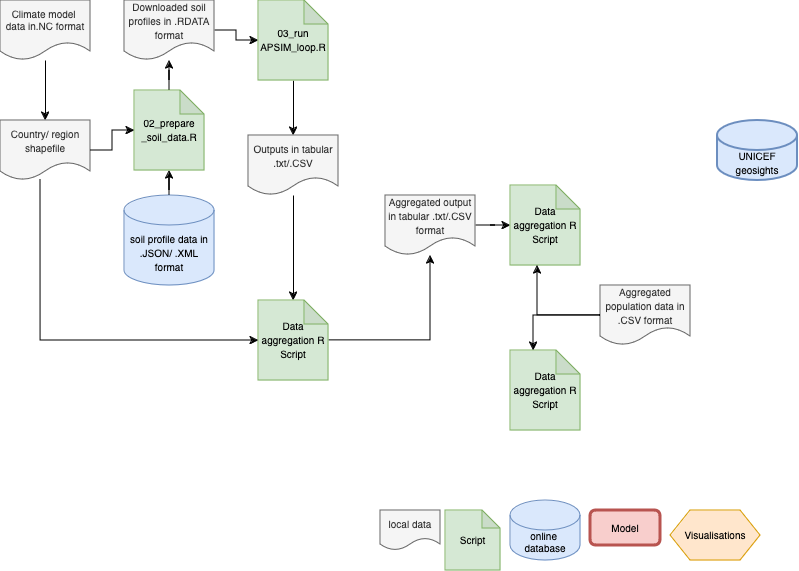
This is Data_plan_CCAI24.drawio.png from Thalheimerl/WT_Climate_mentalhealth, a draw.io export, as it was before one commit. Source tidied: cells renumbered, new cells last; positions are measured from the earlier drawing's top-left corner, leaving out a move shared by most shapes.
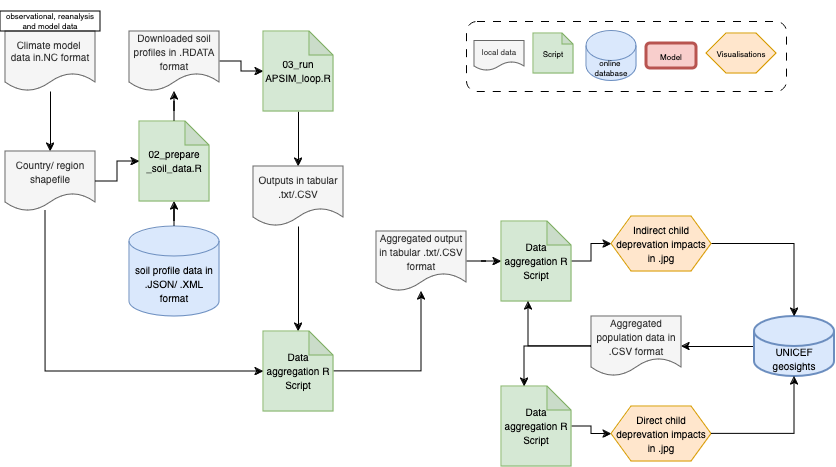
After the change.

Change to the diagram source:
```diff
@@ -6,67 +6,70 @@
       <mxGeometry relative="1" as="geometry" />
     </mxCell>
     <mxCell id="3" value="&lt;div style=&quot;font-size: 10px;&quot;&gt;&lt;font style=&quot;font-size: 10px;&quot;&gt;Climate model&amp;nbsp;&lt;/font&gt;&lt;/div&gt;&lt;div style=&quot;font-size: 10px;&quot;&gt;&lt;font style=&quot;font-size: 10px;&quot;&gt;&lt;font style=&quot;font-size: 10px;&quot;&gt;data in.NC format&lt;/font&gt;&lt;font style=&quot;font-size: 10px;&quot;&gt;&lt;br&gt;&lt;/font&gt;&lt;/font&gt;&lt;/div&gt;" style="shape=document;whiteSpace=wrap;html=1;boundedLbl=1;fillColor=#f5f5f5;fontColor=#333333;strokeColor=#666666;" parent="1" vertex="1">
-      <mxGeometry width="90" height="60" as="geometry" />
+      <mxGeometry x="-29" width="90" height="60" as="geometry" />
     </mxCell>
-    <mxCell id="4" value="&lt;div style=&quot;font-size: 10px;&quot;&gt;&lt;font style=&quot;font-size: 10px;&quot;&gt;online&amp;nbsp;&lt;/font&gt;&lt;/div&gt;&lt;div style=&quot;font-size: 10px;&quot;&gt;&lt;font style=&quot;font-size: 10px;&quot;&gt;database&lt;/font&gt;&lt;/div&gt;" style="shape=cylinder3;whiteSpace=wrap;html=1;boundedLbl=1;backgroundOutline=1;size=15;fillColor=#dae8fc;strokeColor=#6c8ebf;" parent="1" vertex="1">
-      <mxGeometry x="510" y="500" width="70" height="60" as="geometry" />
+    <mxCell id="4" value="&lt;div style=&quot;font-size: 8px;&quot;&gt;&lt;font style=&quot;font-size: 8px;&quot;&gt;online&amp;nbsp;&lt;/font&gt;&lt;/div&gt;&lt;div style=&quot;font-size: 8px;&quot;&gt;&lt;font style=&quot;font-size: 8px;&quot;&gt;database&lt;/font&gt;&lt;/div&gt;" style="shape=cylinder3;whiteSpace=wrap;html=1;boundedLbl=1;backgroundOutline=1;size=15;fillColor=#dae8fc;strokeColor=#6c8ebf;" parent="1" vertex="1">
+      <mxGeometry x="552" y="-0.5" width="50" height="50" as="geometry" />
     </mxCell>
-    <mxCell id="5" value="&lt;font style=&quot;font-size: 10px;&quot;&gt;Visualisations&lt;/font&gt;" style="shape=hexagon;perimeter=hexagonPerimeter2;whiteSpace=wrap;html=1;fixedSize=1;fillColor=#ffe6cc;strokeColor=#d79b00;" parent="1" vertex="1">
-      <mxGeometry x="670" y="510" width="90" height="50" as="geometry" />
+    <mxCell id="5" value="&lt;font style=&quot;font-size: 8px;&quot;&gt;Visualisations&lt;/font&gt;" style="shape=hexagon;perimeter=hexagonPerimeter2;whiteSpace=wrap;html=1;fixedSize=1;fillColor=#ffe6cc;strokeColor=#d79b00;" parent="1" vertex="1">
+      <mxGeometry x="672" y="2" width="70" height="40" as="geometry" />
     </mxCell>
-    <mxCell id="6" value="&lt;font style=&quot;font-size: 10px;&quot;&gt;local data&lt;/font&gt;" style="shape=document;whiteSpace=wrap;html=1;boundedLbl=1;fillColor=#f5f5f5;fontColor=#333333;strokeColor=#666666;" parent="1" vertex="1">
-      <mxGeometry x="380" y="510" width="60" height="40" as="geometry" />
+    <mxCell id="6" value="&lt;font style=&quot;font-size: 8px;&quot;&gt;local data&lt;/font&gt;" style="shape=document;whiteSpace=wrap;html=1;boundedLbl=1;fillColor=#f5f5f5;fontColor=#333333;strokeColor=#666666;" parent="1" vertex="1">
+      <mxGeometry x="440" y="9.5" width="50" height="30" as="geometry" />
     </mxCell>
-    <mxCell id="7" value="&lt;font style=&quot;font-size: 10px;&quot;&gt;Script&lt;/font&gt;" style="shape=note;whiteSpace=wrap;html=1;backgroundOutline=1;darkOpacity=0.05;size=18;fillColor=#d5e8d4;strokeColor=#82b366;" parent="1" vertex="1">
-      <mxGeometry x="445" y="510" width="55" height="60" as="geometry" />
+    <mxCell id="7" value="&lt;font style=&quot;font-size: 8px;&quot;&gt;Script&lt;/font&gt;" style="shape=note;whiteSpace=wrap;html=1;backgroundOutline=1;darkOpacity=0.05;size=11;fillColor=#d5e8d4;strokeColor=#82b366;" parent="1" vertex="1">
+      <mxGeometry x="499" y="2" width="40" height="40" as="geometry" />
     </mxCell>
     <mxCell id="8" value="&lt;font style=&quot;font-size: 10px;&quot;&gt;Country/ region shapefile&lt;/font&gt;" style="shape=document;whiteSpace=wrap;html=1;boundedLbl=1;fillColor=#f5f5f5;fontColor=#333333;strokeColor=#666666;" parent="1" vertex="1">
-      <mxGeometry y="120" width="90" height="60" as="geometry" />
+      <mxGeometry x="-29" y="120" width="90" height="60" as="geometry" />
     </mxCell>
     <mxCell id="9" style="edgeStyle=orthogonalEdgeStyle;rounded=0;jettySize=auto;html=1;" parent="1" edge="1" source="10" target="16">
       <mxGeometry relative="1" as="geometry" />
     </mxCell>
     <mxCell id="10" value="&lt;font style=&quot;font-size: 10px;&quot;&gt;Downloaded soil profiles in .RDATA format&lt;/font&gt;" style="shape=document;whiteSpace=wrap;html=1;boundedLbl=1;fillColor=#f5f5f5;fontColor=#333333;strokeColor=#666666;" parent="1" vertex="1">
-      <mxGeometry x="124" width="90" height="60" as="geometry" />
+      <mxGeometry x="95" width="90" height="60" as="geometry" />
     </mxCell>
     <mxCell id="11" style="edgeStyle=orthogonalEdgeStyle;rounded=0;jettySize=auto;html=1;" parent="1" edge="1" source="12" target="14">
       <mxGeometry relative="1" as="geometry" />
     </mxCell>
     <mxCell id="12" value="&lt;font style=&quot;font-size: 10px;&quot;&gt;soil profile data in .JSON/ .XML format&lt;/font&gt;" style="shape=cylinder3;whiteSpace=wrap;html=1;boundedLbl=1;backgroundOutline=1;size=15;fillColor=#dae8fc;strokeColor=#6c8ebf;" parent="1" vertex="1">
-      <mxGeometry x="124" y="195" width="90" height="90" as="geometry" />
+      <mxGeometry x="95" y="195" width="90" height="90" as="geometry" />
     </mxCell>
     <mxCell id="13" style="edgeStyle=orthogonalEdgeStyle;rounded=0;jettySize=auto;html=1;" parent="1" edge="1" source="14" target="10">
       <mxGeometry relative="1" as="geometry" />
     </mxCell>
     <mxCell id="14" value="&lt;font style=&quot;font-size: 10px;&quot;&gt;02_&lt;/font&gt;&lt;font style=&quot;font-size: 10px;&quot;&gt;prepare _soil_data.R&lt;br&gt;&lt;/font&gt;" style="shape=note;whiteSpace=wrap;html=1;backgroundOutline=1;darkOpacity=0.05;size=24;fillColor=#d5e8d4;strokeColor=#82b366;" parent="1" vertex="1">
-      <mxGeometry x="134" y="90" width="70" height="80" as="geometry" />
+      <mxGeometry x="105" y="90" width="70" height="80" as="geometry" />
     </mxCell>
     <mxCell id="15" style="edgeStyle=orthogonalEdgeStyle;rounded=0;jettySize=auto;html=1;" parent="1" edge="1" source="16" target="20">
       <mxGeometry relative="1" as="geometry" />
     </mxCell>
     <mxCell id="16" value="&lt;font style=&quot;font-size: 10px;&quot;&gt;03_&lt;/font&gt;&lt;font style=&quot;font-size: 10px;&quot;&gt;run APSIM_loop.R&lt;br&gt;&lt;/font&gt;" style="shape=note;whiteSpace=wrap;html=1;backgroundOutline=1;darkOpacity=0.05;size=24;fillColor=#d5e8d4;strokeColor=#82b366;" parent="1" vertex="1">
-      <mxGeometry x="258" width="70" height="80" as="geometry" />
+      <mxGeometry x="229" width="70" height="80" as="geometry" />
     </mxCell>
     <mxCell id="17" style="edgeStyle=orthogonalEdgeStyle;rounded=0;jettySize=auto;html=1;entryX=0;entryY=0.5;entryDx=0;entryDy=0;entryPerimeter=0;" parent="1" edge="1" source="8" target="14">
       <mxGeometry relative="1" as="geometry" />
     </mxCell>
-    <mxCell id="18" value="&lt;font style=&quot;font-size: 10px;&quot;&gt;Model&lt;/font&gt;" style="rounded=1;whiteSpace=wrap;html=1;fillColor=#f8cecc;strokeColor=#b85450;strokeWidth=3;" parent="1" vertex="1">
-      <mxGeometry x="590" y="510" width="70" height="35" as="geometry" />
+    <mxCell id="18" value="&lt;font style=&quot;font-size: 8px;&quot;&gt;Model&lt;/font&gt;" style="rounded=1;whiteSpace=wrap;html=1;fillColor=#f8cecc;strokeColor=#b85450;strokeWidth=3;" parent="1" vertex="1">
+      <mxGeometry x="612" y="12" width="50" height="25" as="geometry" />
     </mxCell>
     <mxCell id="19" style="edgeStyle=orthogonalEdgeStyle;rounded=0;jettySize=auto;html=1;" parent="1" edge="1" source="20" target="22">
       <mxGeometry relative="1" as="geometry" />
     </mxCell>
     <mxCell id="20" value="&lt;font style=&quot;font-size: 10px;&quot;&gt;Outputs in tabular .txt/.CSV&lt;br&gt;&lt;/font&gt;" style="shape=document;whiteSpace=wrap;html=1;boundedLbl=1;fillColor=#f5f5f5;fontColor=#333333;strokeColor=#666666;" parent="1" vertex="1">
-      <mxGeometry x="248" y="135" width="90" height="60" as="geometry" />
+      <mxGeometry x="219" y="135" width="90" height="60" as="geometry" />
     </mxCell>
     <mxCell id="21" style="edgeStyle=orthogonalEdgeStyle;rounded=0;jettySize=auto;html=1;" parent="1" edge="1" source="22" target="26">
       <mxGeometry relative="1" as="geometry" />
     </mxCell>
     <mxCell id="22" value="&lt;font style=&quot;font-size: 10px;&quot;&gt;Data aggregation R Script&lt;/font&gt;&lt;font style=&quot;font-size: 10px;&quot;&gt;&lt;br&gt;&lt;/font&gt;" style="shape=note;whiteSpace=wrap;html=1;backgroundOutline=1;darkOpacity=0.05;size=24;fillColor=#d5e8d4;strokeColor=#82b366;" parent="1" vertex="1">
-      <mxGeometry x="258" y="300" width="70" height="80" as="geometry" />
+      <mxGeometry x="229" y="300" width="70" height="80" as="geometry" />
     </mxCell>
+    <mxCell id="32" style="edgeStyle=orthogonalEdgeStyle;rounded=0;jettySize=auto;html=1;" parent="1" edge="1" source="23" target="28">
+      <mxGeometry relative="1" as="geometry" />
+    </mxCell>
     <mxCell id="23" value="&lt;font style=&quot;font-size: 10px;&quot;&gt;UNICEF geosights&lt;br&gt;&lt;/font&gt;" style="shape=cylinder3;whiteSpace=wrap;html=1;boundedLbl=1;backgroundOutline=1;size=15;fillColor=#dae8fc;strokeColor=#6c8ebf;strokeWidth=2;" parent="1" vertex="1">
-      <mxGeometry x="717" y="120" width="80" height="60" as="geometry" />
+      <mxGeometry x="720" y="285" width="80" height="60" as="geometry" />
     </mxCell>
     <mxCell id="24" style="edgeStyle=orthogonalEdgeStyle;rounded=0;jettySize=auto;html=1;entryX=0;entryY=0.5;entryDx=0;entryDy=0;entryPerimeter=0;exitX=0.444;exitY=0.983;exitDx=0;exitDy=0;exitPerimeter=0;" parent="1" edge="1" source="8" target="22">
       <mxGeometry relative="1" as="geometry" />
@@ -75,16 +78,22 @@
       <mxGeometry relative="1" as="geometry" />
     </mxCell>
     <mxCell id="26" value="&lt;font style=&quot;font-size: 10px;&quot;&gt;Aggregated output in tabular .txt/.CSV format&lt;br&gt;&lt;/font&gt;" style="shape=document;whiteSpace=wrap;html=1;boundedLbl=1;fillColor=#f5f5f5;fontColor=#333333;strokeColor=#666666;" parent="1" vertex="1">
-      <mxGeometry x="385" y="195" width="90" height="60" as="geometry" />
+      <mxGeometry x="342" y="200" width="90" height="60" as="geometry" />
     </mxCell>
+    <mxCell id="33" style="edgeStyle=orthogonalEdgeStyle;rounded=0;jettySize=auto;html=1;" parent="1" edge="1" source="27" target="36">
+      <mxGeometry relative="1" as="geometry" />
+    </mxCell>
     <mxCell id="27" value="&lt;font style=&quot;font-size: 10px;&quot;&gt;Data aggregation R Script&lt;/font&gt;&lt;font style=&quot;font-size: 10px;&quot;&gt;&lt;br&gt;&lt;/font&gt;" style="shape=note;whiteSpace=wrap;html=1;backgroundOutline=1;darkOpacity=0.05;size=24;fillColor=#d5e8d4;strokeColor=#82b366;" parent="1" vertex="1">
-      <mxGeometry x="510" y="185" width="70" height="80" as="geometry" />
+      <mxGeometry x="467" y="190" width="70" height="80" as="geometry" />
     </mxCell>
     <mxCell id="28" value="&lt;font style=&quot;font-size: 10px;&quot;&gt;Aggregated population data in .CSV format&lt;br&gt;&lt;/font&gt;" style="shape=document;whiteSpace=wrap;html=1;boundedLbl=1;fillColor=#f5f5f5;fontColor=#333333;strokeColor=#666666;" parent="1" vertex="1">
-      <mxGeometry x="600" y="285" width="90" height="60" as="geometry" />
+      <mxGeometry x="557" y="285" width="90" height="60" as="geometry" />
     </mxCell>
+    <mxCell id="34" style="edgeStyle=orthogonalEdgeStyle;rounded=0;jettySize=auto;html=1;" parent="1" edge="1" source="29" target="37">
+      <mxGeometry relative="1" as="geometry" />
+    </mxCell>
     <mxCell id="29" value="&lt;font style=&quot;font-size: 10px;&quot;&gt;Data aggregation R Script&lt;/font&gt;&lt;font style=&quot;font-size: 10px;&quot;&gt;&lt;br&gt;&lt;/font&gt;" style="shape=note;whiteSpace=wrap;html=1;backgroundOutline=1;darkOpacity=0.05;size=24;fillColor=#d5e8d4;strokeColor=#82b366;" parent="1" vertex="1">
-      <mxGeometry x="510" y="350" width="70" height="80" as="geometry" />
+      <mxGeometry x="467" y="355" width="70" height="80" as="geometry" />
     </mxCell>
     <mxCell id="30" style="edgeStyle=orthogonalEdgeStyle;rounded=0;jettySize=auto;html=1;entryX=0.386;entryY=1;entryDx=0;entryDy=0;entryPerimeter=0;" parent="1" edge="1" source="28" target="27">
       <mxGeometry relative="1" as="geometry" />
@@ -92,5 +101,23 @@
     <mxCell id="31" style="edgeStyle=orthogonalEdgeStyle;rounded=0;jettySize=auto;html=1;entryX=0;entryY=0;entryDx=23;entryDy=0;entryPerimeter=0;" parent="1" edge="1" source="28" target="29">
       <mxGeometry relative="1" as="geometry" />
     </mxCell>
+    <mxCell id="35" style="edgeStyle=orthogonalEdgeStyle;rounded=0;jettySize=auto;html=1;exitX=1;exitY=0.5;exitDx=0;exitDy=0;entryX=0.5;entryY=0;entryDx=0;entryDy=0;entryPerimeter=0;" parent="1" edge="1" source="36" target="23">
+      <mxGeometry relative="1" as="geometry" />
+    </mxCell>
+    <mxCell id="36" value="&lt;font style=&quot;font-size: 10px;&quot;&gt;Indirect child deprevation impacts in .jpg&lt;br&gt;&lt;/font&gt;" style="shape=hexagon;perimeter=hexagonPerimeter2;whiteSpace=wrap;html=1;fixedSize=1;fillColor=#ffe6cc;strokeColor=#d79b00;" parent="1" vertex="1">
+      <mxGeometry x="577" y="185" width="100" height="55" as="geometry" />
+    </mxCell>
+    <mxCell id="37" value="&lt;font style=&quot;font-size: 10px;&quot;&gt;Direct child deprevation impacts in .jpg&lt;br&gt;&lt;/font&gt;" style="shape=hexagon;perimeter=hexagonPerimeter2;whiteSpace=wrap;html=1;fixedSize=1;fillColor=#ffe6cc;strokeColor=#d79b00;" parent="1" vertex="1">
+      <mxGeometry x="577" y="375" width="100" height="55" as="geometry" />
+    </mxCell>
+    <mxCell id="38" style="edgeStyle=orthogonalEdgeStyle;rounded=0;jettySize=auto;html=1;entryX=0.5;entryY=1;entryDx=0;entryDy=0;entryPerimeter=0;" parent="1" edge="1" source="37" target="23">
+      <mxGeometry relative="1" as="geometry" />
+    </mxCell>
+    <mxCell id="39" style="rounded=1;whiteSpace=wrap;html=1;fillColor=none;dashed=1;dashPattern=8 8;align=left;" parent="1" vertex="1">
+      <mxGeometry x="432" y="-10" width="320" height="70" as="geometry" />
+    </mxCell>
+    <mxCell id="40" value="&lt;p style=&quot;margin-top: 12px; margin-bottom: 12px; font-size: 8px;&quot;&gt;&lt;font style=&quot;font-size: 8px;&quot;&gt;observational, reanalysis and model data&lt;br&gt;&lt;/font&gt;&lt;/p&gt;" style="rounded=0;whiteSpace=wrap;html=1;fillColor=none;align=center;" parent="1" vertex="1">
+      <mxGeometry x="-34" y="-20" width="100" height="20" as="geometry" />
+    </mxCell>
   </root>
 </mxGraphModel>
```
